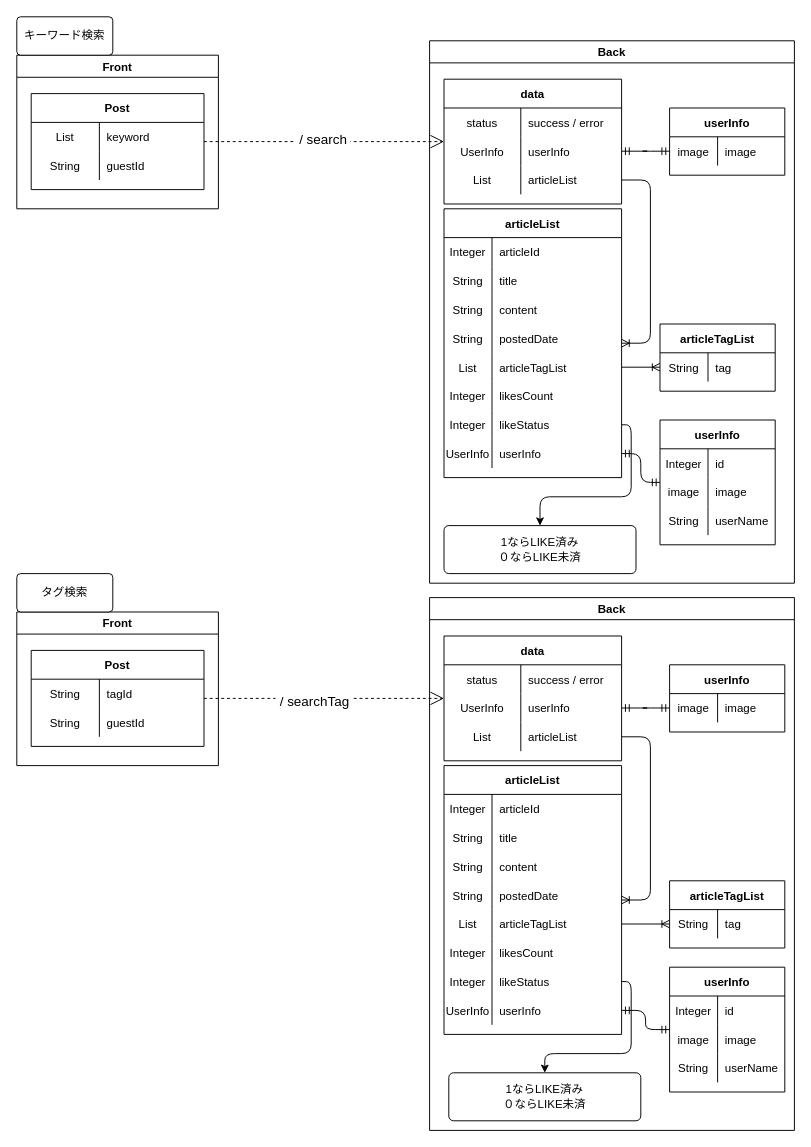
Earlier version of the draw.io diagram page "[表示]検索記事一覧" (3 of 20) of Designs/基本設計.drawio (yusuke-rakus/Qiish). Source tidied: cells renumbered, new cells numbered last; positions are measured from the earlier drawing's top-left corner, leaving out a move shared by most shapes. Both pictures are drawn from the tidied source at 96%, with x=0, y=0 at pixel (16, 16).
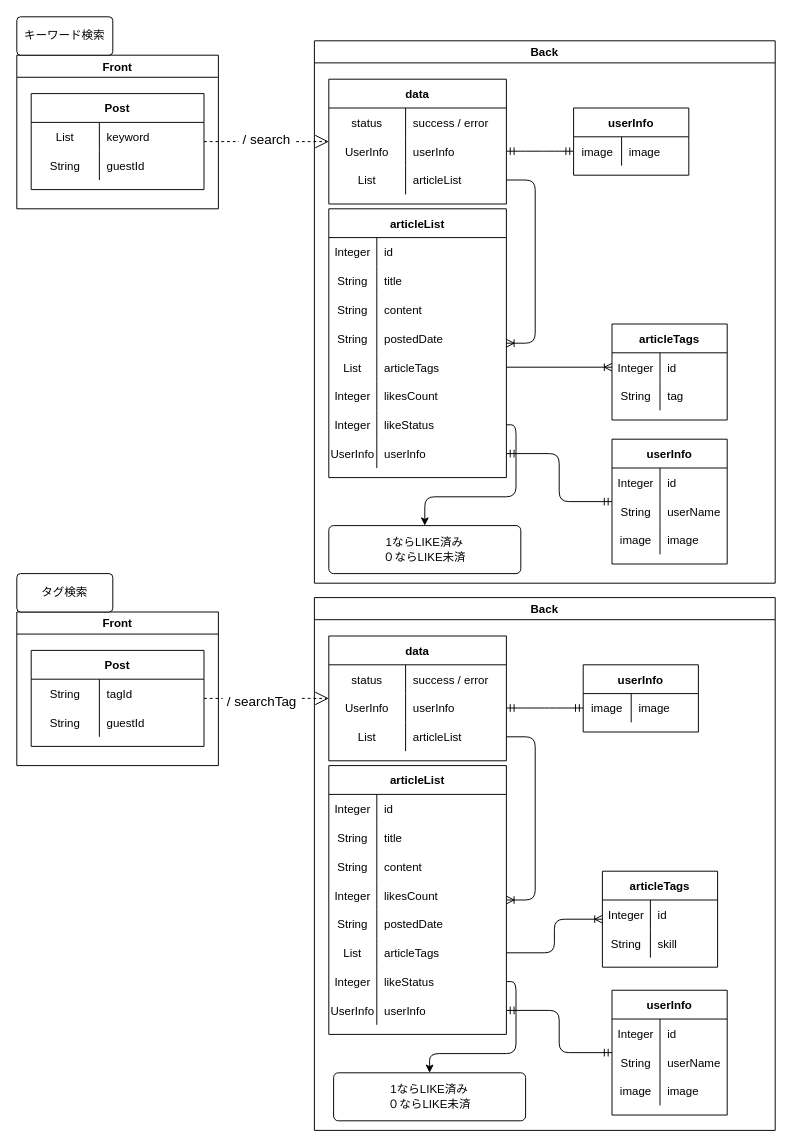
The same diagram, later.

Unchanged cells that the change refers to:
```xml
<mxCell id="14" style="shape=partialRectangle;fillColor=none;top=0;left=0;bottom=0;right=0;" parent="13" vertex="1">
  <mxGeometry y="30" width="185" height="30" as="geometry" />
</mxCell>
<mxCell id="26" style="shape=partialRectangle;fillColor=none;top=0;left=0;bottom=0;right=0;points=[[0,0.5],[1,0.5]];portConstraint=eastwest;" parent="13" vertex="1">
  <mxGeometry y="150" width="185" height="30" as="geometry" />
</mxCell>
<mxCell id="39" style="shape=partialRectangle;fillColor=none;top=0;left=0;bottom=0;right=0;points=[[0,0.5],[1,0.5]];portConstraint=eastwest;" parent="38" vertex="1">
  <mxGeometry y="30" width="120" height="30" as="geometry" />
</mxCell>
<mxCell id="83" value="articleList" style="shape=table;startSize=30;childLayout=tableLayout;rowLines=0;fontStyle=1;align=center;" parent="72" vertex="1">
  <mxGeometry x="15" y="175" width="185" height="280" as="geometry" />
</mxCell>
<mxCell id="84" style="shape=partialRectangle;fillColor=none;top=0;left=0;bottom=0;right=0;" parent="83" vertex="1">
  <mxGeometry y="30" width="185" height="30" as="geometry" />
</mxCell>
```

Change to the diagram source:
```diff
@@
     <mxCell id="2" value="Back" style="swimlane;" parent="1" vertex="1">
-      <mxGeometry x="430" y="25" width="380" height="565" as="geometry" />
+      <mxGeometry x="310" y="25" width="480" height="565" as="geometry" />
     </mxCell>
@@
-    <mxCell id="16" value="articleId" style="shape=partialRectangle;fillColor=none;top=0;left=0;bottom=0;right=0;align=left;spacingLeft=6;overflow=hidden;" parent="14" vertex="1">
+    <mxCell id="16" value="id" style="shape=partialRectangle;fillColor=none;top=0;left=0;bottom=0;right=0;align=left;spacingLeft=6;overflow=hidden;" parent="14" vertex="1">
       <mxGeometry x="50" width="135" height="30" as="geometry" />
     </mxCell>
@@
-    <mxCell id="28" value="articleTagList" style="shape=partialRectangle;fillColor=none;top=0;left=0;bottom=0;right=0;align=left;spacingLeft=6;overflow=hidden;" parent="26" vertex="1">
+    <mxCell id="28" value="articleTags" style="shape=partialRectangle;fillColor=none;top=0;left=0;bottom=0;right=0;align=left;spacingLeft=6;overflow=hidden;" parent="26" vertex="1">
       <mxGeometry x="50" width="135" height="30" as="geometry" />
     </mxCell>
@@
-    <mxCell id="38" value="articleTagList" style="shape=table;startSize=30;childLayout=tableLayout;rowLines=0;fontStyle=1;align=center;" parent="2" vertex="1">
-      <mxGeometry x="240" y="295" width="120" height="70" as="geometry" />
+    <mxCell id="38" value="articleTags" style="shape=table;startSize=30;childLayout=tableLayout;rowLines=0;fontStyle=1;align=center;" parent="2" vertex="1">
+      <mxGeometry x="310" y="295" width="120" height="100" as="geometry" />
     </mxCell>
@@
-    <mxCell id="40" value="String" style="shape=partialRectangle;fillColor=none;top=0;left=0;bottom=0;right=0;overflow=hidden;" parent="39" vertex="1">
+    <mxCell id="40" value="Integer" style="shape=partialRectangle;fillColor=none;top=0;left=0;bottom=0;right=0;overflow=hidden;" parent="39" vertex="1">
       <mxGeometry width="50" height="30" as="geometry" />
     </mxCell>
-    <mxCell id="41" value="tag" style="shape=partialRectangle;fillColor=none;top=0;left=0;bottom=0;right=0;align=left;spacingLeft=6;overflow=hidden;" parent="39" vertex="1">
+    <mxCell id="41" value="id" style="shape=partialRectangle;fillColor=none;top=0;left=0;bottom=0;right=0;align=left;spacingLeft=6;overflow=hidden;" parent="39" vertex="1">
       <mxGeometry x="50" width="70" height="30" as="geometry" />
     </mxCell>
+    <mxCell id="144" style="shape=partialRectangle;fillColor=none;top=0;left=0;bottom=0;right=0;" parent="38" vertex="1">
+      <mxGeometry y="60" width="120" height="30" as="geometry" />
+    </mxCell>
+    <mxCell id="145" value="String" style="shape=partialRectangle;fillColor=none;top=0;left=0;bottom=0;right=0;overflow=hidden;" parent="144" vertex="1">
+      <mxGeometry width="50" height="30" as="geometry" />
+    </mxCell>
+    <mxCell id="111" value="tag" style="shape=partialRectangle;fillColor=none;top=0;left=0;bottom=0;right=0;align=left;spacingLeft=6;overflow=hidden;" parent="144" vertex="1">
+      <mxGeometry x="50" width="70" height="30" as="geometry" />
+    </mxCell>
@@
     <mxCell id="46" value="userInfo" style="shape=table;startSize=30;childLayout=tableLayout;rowLines=0;fontStyle=1;align=center;" parent="2" vertex="1">
-      <mxGeometry x="240" y="395" width="120" height="130" as="geometry" />
+      <mxGeometry x="310" y="415" width="120" height="130" as="geometry" />
     </mxCell>
@@
+    <mxCell id="53" style="shape=partialRectangle;fillColor=none;top=0;left=0;bottom=0;right=0;" parent="46" vertex="1">
+      <mxGeometry y="60" width="120" height="30" as="geometry" />
+    </mxCell>
+    <mxCell id="54" value="String" style="shape=partialRectangle;fillColor=none;top=0;left=0;bottom=0;right=0;overflow=hidden;" parent="53" vertex="1">
+      <mxGeometry width="50" height="30" as="geometry" />
+    </mxCell>
+    <mxCell id="55" value="userName" style="shape=partialRectangle;fillColor=none;top=0;left=0;bottom=0;right=0;align=left;spacingLeft=6;overflow=hidden;" parent="53" vertex="1">
+      <mxGeometry x="50" width="70" height="30" as="geometry" />
+    </mxCell>
     <mxCell id="50" style="shape=partialRectangle;fillColor=none;top=0;left=0;bottom=0;right=0;" parent="46" vertex="1">
-      <mxGeometry y="60" width="120" height="30" as="geometry" />
+      <mxGeometry y="90" width="120" height="30" as="geometry" />
     </mxCell>
@@
-    <mxCell id="53" style="shape=partialRectangle;fillColor=none;top=0;left=0;bottom=0;right=0;" parent="46" vertex="1">
-      <mxGeometry y="90" width="120" height="30" as="geometry" />
-    </mxCell>
-    <mxCell id="54" value="String" style="shape=partialRectangle;fillColor=none;top=0;left=0;bottom=0;right=0;overflow=hidden;" parent="53" vertex="1">
-      <mxGeometry width="50" height="30" as="geometry" />
-    </mxCell>
-    <mxCell id="55" value="userName" style="shape=partialRectangle;fillColor=none;top=0;left=0;bottom=0;right=0;align=left;spacingLeft=6;overflow=hidden;" parent="53" vertex="1">
-      <mxGeometry x="50" width="70" height="30" as="geometry" />
-    </mxCell>
@@
     <mxCell id="57" value="userInfo" style="shape=table;startSize=30;childLayout=tableLayout;rowLines=0;fontStyle=1;align=center;" parent="2" vertex="1">
-      <mxGeometry x="250" y="70" width="120" height="70" as="geometry" />
+      <mxGeometry x="270" y="70" width="120" height="70" as="geometry" />
     </mxCell>
@@
     <mxCell id="72" value="Back" style="swimlane;" parent="1" vertex="1">
-      <mxGeometry x="430" y="605" width="380" height="555" as="geometry" />
+      <mxGeometry x="310" y="605" width="480" height="555" as="geometry" />
     </mxCell>
@@
-    <mxCell id="86" value="articleId" style="shape=partialRectangle;fillColor=none;top=0;left=0;bottom=0;right=0;align=left;spacingLeft=6;overflow=hidden;" parent="84" vertex="1">
+    <mxCell id="86" value="id" style="shape=partialRectangle;fillColor=none;top=0;left=0;bottom=0;right=0;align=left;spacingLeft=6;overflow=hidden;" parent="84" vertex="1">
       <mxGeometry x="50" width="135" height="30" as="geometry" />
     </mxCell>
@@
+    <mxCell id="99" style="shape=partialRectangle;fillColor=none;top=0;left=0;bottom=0;right=0;" parent="83" vertex="1">
+      <mxGeometry y="120" width="185" height="30" as="geometry" />
+    </mxCell>
+    <mxCell id="100" value="Integer" style="shape=partialRectangle;fillColor=none;top=0;left=0;bottom=0;right=0;overflow=hidden;" parent="99" vertex="1">
+      <mxGeometry width="50" height="30" as="geometry" />
+    </mxCell>
+    <mxCell id="101" value="likesCount" style="shape=partialRectangle;fillColor=none;top=0;left=0;bottom=0;right=0;align=left;spacingLeft=6;overflow=hidden;" parent="99" vertex="1">
+      <mxGeometry x="50" width="135" height="30" as="geometry" />
+    </mxCell>
     <mxCell id="93" style="shape=partialRectangle;fillColor=none;top=0;left=0;bottom=0;right=0;" parent="83" vertex="1">
-      <mxGeometry y="120" width="185" height="30" as="geometry" />
+      <mxGeometry y="150" width="185" height="30" as="geometry" />
     </mxCell>
@@
     <mxCell id="96" style="shape=partialRectangle;fillColor=none;top=0;left=0;bottom=0;right=0;points=[[0,0.5],[1,0.5]];portConstraint=eastwest;" parent="83" vertex="1">
-      <mxGeometry y="150" width="185" height="30" as="geometry" />
+      <mxGeometry y="180" width="185" height="30" as="geometry" />
     </mxCell>
@@
-    <mxCell id="98" value="articleTagList" style="shape=partialRectangle;fillColor=none;top=0;left=0;bottom=0;right=0;align=left;spacingLeft=6;overflow=hidden;" parent="96" vertex="1">
+    <mxCell id="98" value="articleTags" style="shape=partialRectangle;fillColor=none;top=0;left=0;bottom=0;right=0;align=left;spacingLeft=6;overflow=hidden;" parent="96" vertex="1">
       <mxGeometry x="50" width="135" height="30" as="geometry" />
     </mxCell>
-    <mxCell id="99" style="shape=partialRectangle;fillColor=none;top=0;left=0;bottom=0;right=0;" parent="83" vertex="1">
-      <mxGeometry y="180" width="185" height="30" as="geometry" />
-    </mxCell>
-    <mxCell id="100" value="Integer" style="shape=partialRectangle;fillColor=none;top=0;left=0;bottom=0;right=0;overflow=hidden;" parent="99" vertex="1">
-      <mxGeometry width="50" height="30" as="geometry" />
-    </mxCell>
-    <mxCell id="101" value="likesCount" style="shape=partialRectangle;fillColor=none;top=0;left=0;bottom=0;right=0;align=left;spacingLeft=6;overflow=hidden;" parent="99" vertex="1">
-      <mxGeometry x="50" width="135" height="30" as="geometry" />
-    </mxCell>
@@
-    <mxCell id="108" value="articleTagList" style="shape=table;startSize=30;childLayout=tableLayout;rowLines=0;fontStyle=1;align=center;" parent="72" vertex="1">
-      <mxGeometry x="250" y="295" width="120" height="70" as="geometry" />
-    </mxCell>
-    <mxCell id="109" style="shape=partialRectangle;fillColor=none;top=0;left=0;bottom=0;right=0;points=[[0,0.5],[1,0.5]];portConstraint=eastwest;" parent="108" vertex="1">
-      <mxGeometry y="30" width="120" height="30" as="geometry" />
-    </mxCell>
-    <mxCell id="110" value="String" style="shape=partialRectangle;fillColor=none;top=0;left=0;bottom=0;right=0;overflow=hidden;" parent="109" vertex="1">
-      <mxGeometry width="50" height="30" as="geometry" />
-    </mxCell>
-    <mxCell id="111" value="tag" style="shape=partialRectangle;fillColor=none;top=0;left=0;bottom=0;right=0;align=left;spacingLeft=6;overflow=hidden;" parent="109" vertex="1">
-      <mxGeometry x="50" width="70" height="30" as="geometry" />
-    </mxCell>
@@
-    <mxCell id="113" style="edgeStyle=orthogonalEdgeStyle;fontSize=12;html=1;endArrow=ERoneToMany;exitX=1;exitY=0.5;exitDx=0;exitDy=0;entryX=0;entryY=0.5;entryDx=0;entryDy=0;" parent="72" edge="1" source="96" target="109">
+    <mxCell id="113" style="edgeStyle=orthogonalEdgeStyle;fontSize=12;html=1;endArrow=ERoneToMany;exitX=1;exitY=0.5;exitDx=0;exitDy=0;" parent="72" edge="1" source="96" target="146">
       <mxGeometry relative="1" as="geometry" />
     </mxCell>
@@
     <mxCell id="116" value="userInfo" style="shape=table;startSize=30;childLayout=tableLayout;rowLines=0;fontStyle=1;align=center;" parent="72" vertex="1">
-      <mxGeometry x="250" y="385" width="120" height="130" as="geometry" />
+      <mxGeometry x="310" y="409" width="120" height="130" as="geometry" />
     </mxCell>
@@
+    <mxCell id="123" style="shape=partialRectangle;fillColor=none;top=0;left=0;bottom=0;right=0;" parent="116" vertex="1">
+      <mxGeometry y="60" width="120" height="30" as="geometry" />
+    </mxCell>
+    <mxCell id="124" value="String" style="shape=partialRectangle;fillColor=none;top=0;left=0;bottom=0;right=0;overflow=hidden;" parent="123" vertex="1">
+      <mxGeometry width="50" height="30" as="geometry" />
+    </mxCell>
+    <mxCell id="125" value="userName" style="shape=partialRectangle;fillColor=none;top=0;left=0;bottom=0;right=0;align=left;spacingLeft=6;overflow=hidden;" parent="123" vertex="1">
+      <mxGeometry x="50" width="70" height="30" as="geometry" />
+    </mxCell>
     <mxCell id="120" style="shape=partialRectangle;fillColor=none;top=0;left=0;bottom=0;right=0;" parent="116" vertex="1">
-      <mxGeometry y="60" width="120" height="30" as="geometry" />
+      <mxGeometry y="90" width="120" height="30" as="geometry" />
     </mxCell>
@@
-    <mxCell id="123" style="shape=partialRectangle;fillColor=none;top=0;left=0;bottom=0;right=0;" parent="116" vertex="1">
-      <mxGeometry y="90" width="120" height="30" as="geometry" />
-    </mxCell>
-    <mxCell id="124" value="String" style="shape=partialRectangle;fillColor=none;top=0;left=0;bottom=0;right=0;overflow=hidden;" parent="123" vertex="1">
-      <mxGeometry width="50" height="30" as="geometry" />
-    </mxCell>
-    <mxCell id="125" value="userName" style="shape=partialRectangle;fillColor=none;top=0;left=0;bottom=0;right=0;align=left;spacingLeft=6;overflow=hidden;" parent="123" vertex="1">
-      <mxGeometry x="50" width="70" height="30" as="geometry" />
-    </mxCell>
@@
     <mxCell id="127" value="userInfo" style="shape=table;startSize=30;childLayout=tableLayout;rowLines=0;fontStyle=1;align=center;" parent="72" vertex="1">
-      <mxGeometry x="250" y="70" width="120" height="70" as="geometry" />
+      <mxGeometry x="280" y="70" width="120" height="70" as="geometry" />
     </mxCell>
@@
+    <mxCell id="146" value="articleTags" style="shape=table;startSize=30;childLayout=tableLayout;rowLines=0;fontStyle=1;align=center;" parent="72" vertex="1">
+      <mxGeometry x="300" y="285" width="120" height="100" as="geometry" />
+    </mxCell>
+    <mxCell id="109" style="shape=partialRectangle;fillColor=none;top=0;left=0;bottom=0;right=0;points=[[0,0.5],[1,0.5]];portConstraint=eastwest;" parent="146" vertex="1">
+      <mxGeometry y="30" width="120" height="30" as="geometry" />
+    </mxCell>
+    <mxCell id="147" value="Integer" style="shape=partialRectangle;fillColor=none;top=0;left=0;bottom=0;right=0;overflow=hidden;" parent="109" vertex="1">
+      <mxGeometry width="50" height="30" as="geometry" />
+    </mxCell>
+    <mxCell id="148" value="id" style="shape=partialRectangle;fillColor=none;top=0;left=0;bottom=0;right=0;align=left;spacingLeft=6;overflow=hidden;" parent="109" vertex="1">
+      <mxGeometry x="50" width="70" height="30" as="geometry" />
+    </mxCell>
+    <mxCell id="149" style="shape=partialRectangle;fillColor=none;top=0;left=0;bottom=0;right=0;" parent="146" vertex="1">
+      <mxGeometry y="60" width="120" height="30" as="geometry" />
+    </mxCell>
+    <mxCell id="150" value="String" style="shape=partialRectangle;fillColor=none;top=0;left=0;bottom=0;right=0;overflow=hidden;" parent="149" vertex="1">
+      <mxGeometry width="50" height="30" as="geometry" />
+    </mxCell>
+    <mxCell id="151" value="skill" style="shape=partialRectangle;fillColor=none;top=0;left=0;bottom=0;right=0;align=left;spacingLeft=6;overflow=hidden;" parent="149" vertex="1">
+      <mxGeometry x="50" width="70" height="30" as="geometry" />
+    </mxCell>
```
